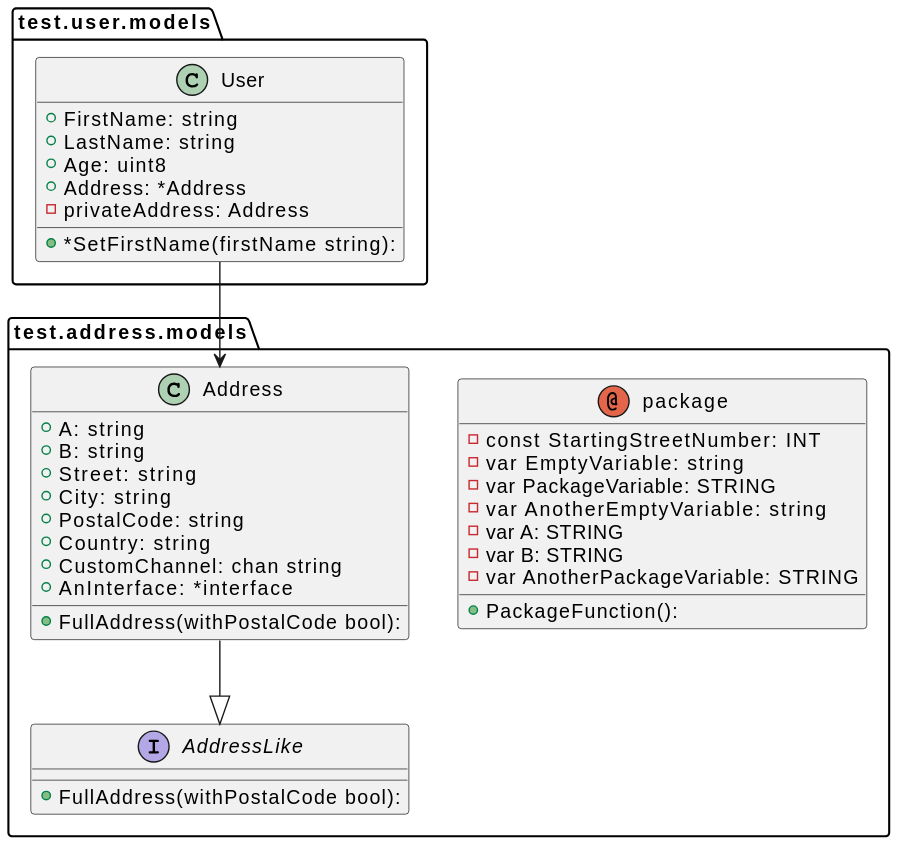
The PlantUML diagram docs/assets/graph.svg in bykof/go-plantuml, before a commit.
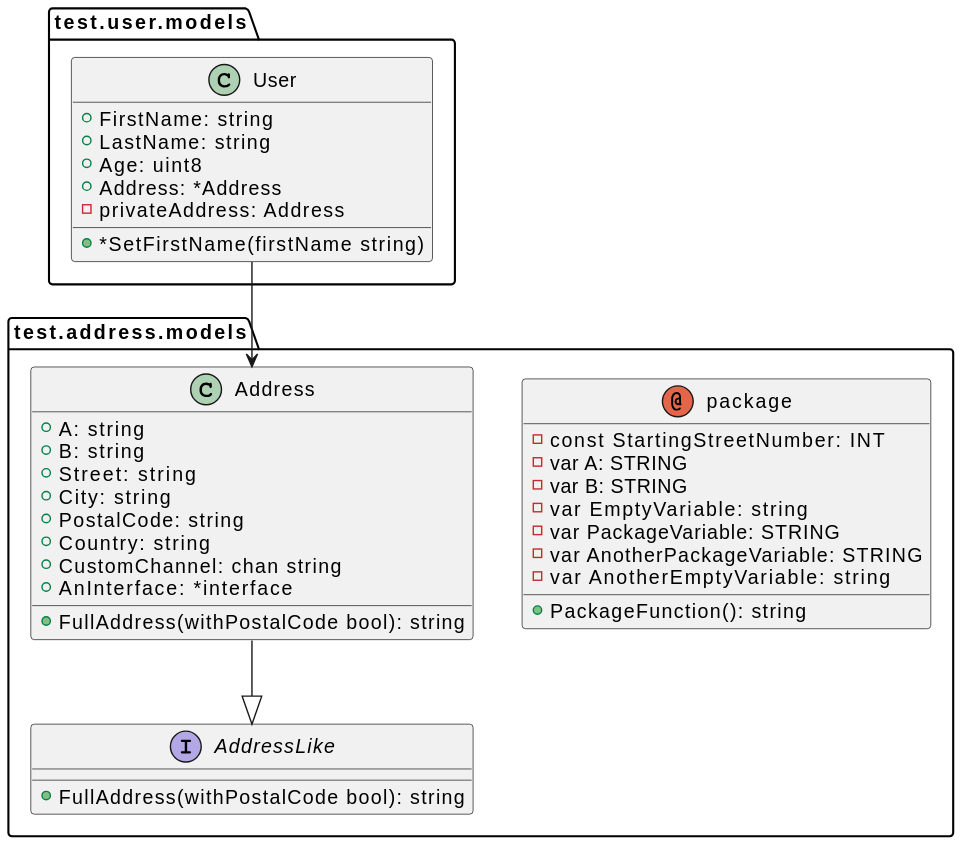
The same diagram one commit later.

The edit, as a diff of the source:
```diff
@@ -2,16 +2,16 @@
 package test.address.models{
 annotation package {
 -const StartingStreetNumber: INT
+-var A: STRING
+-var B: STRING
 -var EmptyVariable: string
 -var PackageVariable: STRING
+-var AnotherPackageVariable: STRING
 -var AnotherEmptyVariable: string
--var A: STRING
--var B: STRING
--var AnotherPackageVariable: STRING
 
 }
 interface AddressLike{
-+FullAddress(withPostalCode bool):
++FullAddress(withPostalCode bool): string
 }
 class Address {
 +A: string
@@ -22,14 +22,14 @@
 +Country: string
 +CustomChannel: chan string
 +AnInterface: *interface
-+FullAddress(withPostalCode bool):
++FullAddress(withPostalCode bool): string
 }
 }
 package test.user.models{
 annotation package {
 
 
-+PackageFunction():
++PackageFunction(): string
 }
 
 class User {
@@ -38,7 +38,7 @@
 +Age: uint8
 +Address: *Address
 -privateAddress: Address
-+*SetFirstName(firstName string):
++*SetFirstName(firstName string)
 }
 }
 User --> Address
```
